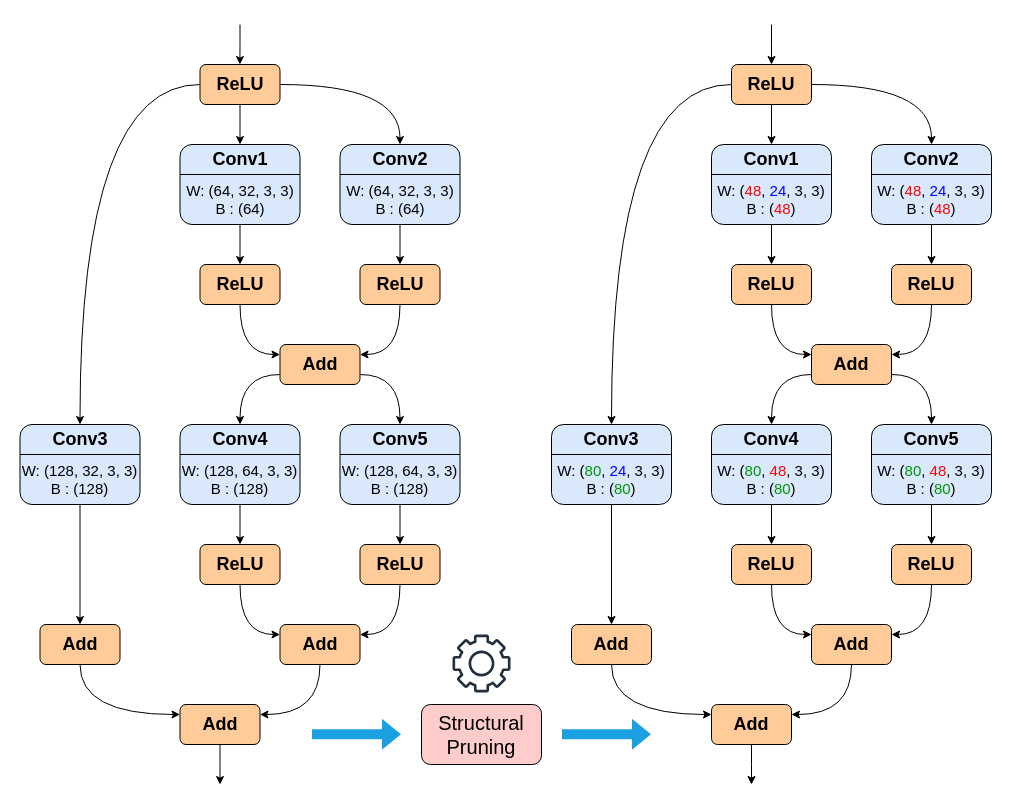
hoangtv2000/document-collection keeps this draw.io diagram as OTO.drawio. Above is the earlier version. Source tidied: cells renumbered, new cells numbered last; positions are measured from the earlier drawing's top-left corner, leaving out a move shared by most shapes. Both pictures are drawn from the tidied source at 100%, with x=0, y=0 at pixel (17, 24).
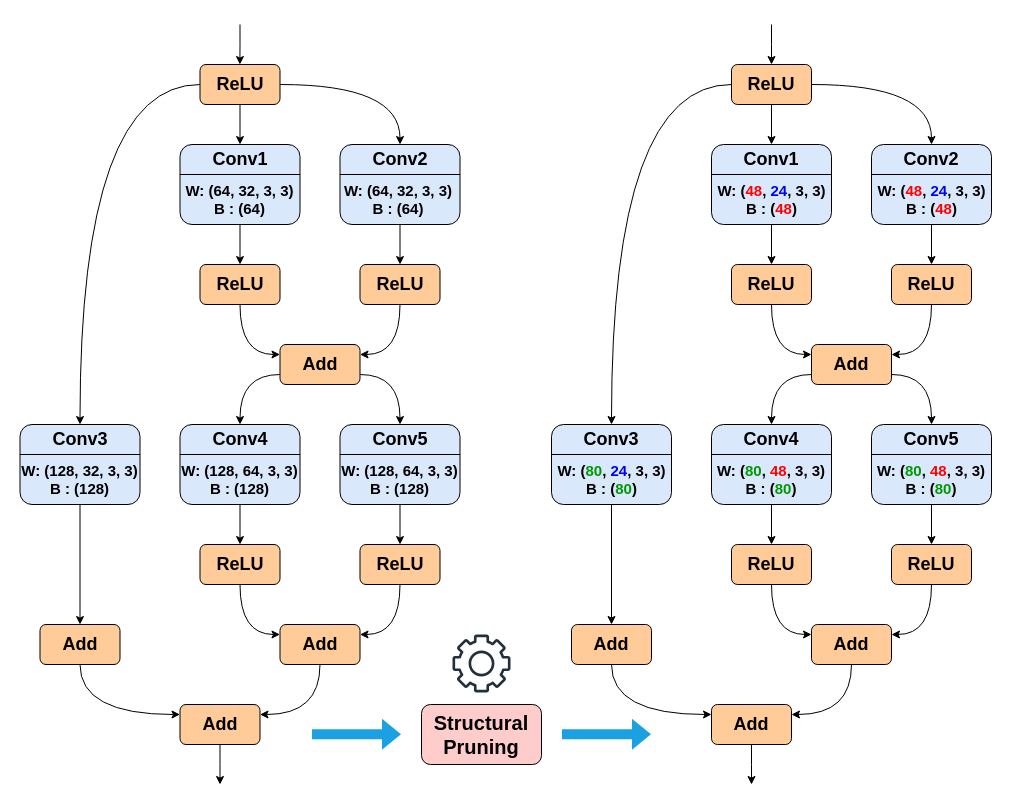
The same diagram, later.

Diff of the diagram source:
```diff
@@
-    <mxCell id="9" value="&lt;font&gt;W: (64, 32, 3, 3)&lt;/font&gt;&lt;div&gt;&lt;font&gt;B : (64)&lt;/font&gt;&lt;/div&gt;" style="text;html=1;align=center;verticalAlign=middle;whiteSpace=wrap;rounded=0;fontSize=15;" parent="1" vertex="1">
-      <mxGeometry x="167.5" y="160" width="110" height="30" as="geometry" />
+    <mxCell id="9" value="&lt;font&gt;W: (64, 32, 3, 3)&lt;/font&gt;&lt;div&gt;&lt;font&gt;B : (64)&lt;/font&gt;&lt;/div&gt;" style="text;html=1;align=center;verticalAlign=middle;whiteSpace=wrap;rounded=0;fontSize=15;fontStyle=1;" parent="1" vertex="1">
+      <mxGeometry x="164.2" y="160" width="116.5" height="30" as="geometry" />
     </mxCell>
@@
-    <mxCell id="13" value="&lt;font&gt;W: (64, 32, 3, 3)&lt;/font&gt;&lt;div&gt;&lt;font&gt;B : (64)&lt;/font&gt;&lt;/div&gt;" style="text;html=1;align=center;verticalAlign=middle;whiteSpace=wrap;rounded=0;fontSize=15;" parent="1" vertex="1">
-      <mxGeometry x="327.5" y="160" width="110" height="30" as="geometry" />
+    <mxCell id="13" value="&lt;font&gt;&lt;span&gt;W: (64, 32, 3, 3)&lt;/span&gt;&lt;/font&gt;&lt;div&gt;&lt;font&gt;&lt;span&gt;B : (64)&lt;/span&gt;&lt;/font&gt;&lt;/div&gt;" style="text;html=1;align=center;verticalAlign=middle;whiteSpace=wrap;rounded=0;fontSize=15;fontStyle=1;" parent="1" vertex="1">
+      <mxGeometry x="324" y="160" width="113.5" height="30" as="geometry" />
     </mxCell>
@@
-    <mxCell id="16" value="&lt;font&gt;W: (128, 64, 3, 3)&lt;/font&gt;&lt;div&gt;&lt;font&gt;B : (128)&lt;/font&gt;&lt;/div&gt;" style="text;html=1;align=center;verticalAlign=middle;whiteSpace=wrap;rounded=0;fontSize=15;" parent="1" vertex="1">
+    <mxCell id="16" value="&lt;font&gt;W: (128, 64, 3, 3)&lt;/font&gt;&lt;div&gt;&lt;font&gt;B : (128)&lt;/font&gt;&lt;/div&gt;" style="text;html=1;align=center;verticalAlign=middle;whiteSpace=wrap;rounded=0;fontSize=15;fontStyle=1;" parent="1" vertex="1">
       <mxGeometry x="160" y="440" width="125" height="30" as="geometry" />
     </mxCell>
@@
-    <mxCell id="19" value="&lt;font&gt;W: (128, 64, 3, 3)&lt;/font&gt;&lt;div&gt;&lt;font&gt;B : (128)&lt;/font&gt;&lt;/div&gt;" style="text;html=1;align=center;verticalAlign=middle;whiteSpace=wrap;rounded=0;fontSize=15;" parent="1" vertex="1">
+    <mxCell id="19" value="&lt;font&gt;W: (128, 64, 3, 3)&lt;/font&gt;&lt;div&gt;&lt;font&gt;B : (128)&lt;/font&gt;&lt;/div&gt;" style="text;html=1;align=center;verticalAlign=middle;whiteSpace=wrap;rounded=0;fontSize=15;fontStyle=1;" parent="1" vertex="1">
       <mxGeometry x="320" y="440" width="125" height="30" as="geometry" />
     </mxCell>
@@
-    <mxCell id="31" value="&lt;font&gt;W: (128, 32, 3, 3)&lt;/font&gt;&lt;div&gt;&lt;font&gt;B : (128)&lt;/font&gt;&lt;/div&gt;" style="text;html=1;align=center;verticalAlign=middle;whiteSpace=wrap;rounded=0;fontSize=15;" parent="1" vertex="1">
+    <mxCell id="31" value="&lt;font&gt;W: (128, 32, 3, 3)&lt;/font&gt;&lt;div&gt;&lt;font&gt;B : (128)&lt;/font&gt;&lt;/div&gt;" style="text;html=1;align=center;verticalAlign=middle;whiteSpace=wrap;rounded=0;fontSize=15;fontStyle=1;" parent="1" vertex="1">
       <mxGeometry y="440" width="125" height="30" as="geometry" />
     </mxCell>
@@
-    <mxCell id="43" value="&lt;font&gt;W: (&lt;font style=&quot;color: light-dark(rgb(255, 0, 0), rgb(237, 237, 237));&quot;&gt;48&lt;/font&gt;, &lt;font style=&quot;color: light-dark(rgb(0, 0, 255), rgb(237, 237, 237));&quot;&gt;24&lt;/font&gt;, 3, 3)&lt;/font&gt;&lt;div&gt;&lt;font&gt;B : (&lt;font style=&quot;color: rgb(255, 0, 0);&quot;&gt;48&lt;/font&gt;)&lt;/font&gt;&lt;/div&gt;" style="text;html=1;align=center;verticalAlign=middle;whiteSpace=wrap;rounded=0;fontSize=15;" parent="1" vertex="1">
-      <mxGeometry x="699" y="160" width="110" height="30" as="geometry" />
+    <mxCell id="43" value="&lt;font&gt;W: (&lt;font style=&quot;color: light-dark(rgb(255, 0, 0), rgb(237, 237, 237));&quot;&gt;48&lt;/font&gt;, &lt;font style=&quot;color: light-dark(rgb(0, 0, 255), rgb(237, 237, 237));&quot;&gt;24&lt;/font&gt;, 3, 3)&lt;/font&gt;&lt;div&gt;&lt;font&gt;B : (&lt;font style=&quot;color: rgb(255, 0, 0);&quot;&gt;48&lt;/font&gt;)&lt;/font&gt;&lt;/div&gt;" style="text;html=1;align=center;verticalAlign=middle;whiteSpace=wrap;rounded=0;fontSize=15;fontStyle=1;" parent="1" vertex="1">
+      <mxGeometry x="696.5" y="160" width="115" height="30" as="geometry" />
     </mxCell>
@@
-    <mxCell id="47" value="&lt;font&gt;W: (&lt;font style=&quot;color: light-dark(rgb(255, 0, 0), rgb(237, 237, 237));&quot;&gt;48&lt;/font&gt;, &lt;font style=&quot;color: light-dark(rgb(0, 0, 255), rgb(237, 237, 237));&quot;&gt;24&lt;/font&gt;, 3, 3)&lt;/font&gt;&lt;div&gt;&lt;font&gt;B : (&lt;font style=&quot;color: rgb(255, 0, 0);&quot;&gt;48&lt;/font&gt;)&lt;/font&gt;&lt;/div&gt;" style="text;html=1;align=center;verticalAlign=middle;whiteSpace=wrap;rounded=0;fontSize=15;" parent="1" vertex="1">
-      <mxGeometry x="859" y="160" width="110" height="30" as="geometry" />
+    <mxCell id="47" value="&lt;font&gt;W: (&lt;font style=&quot;color: light-dark(rgb(255, 0, 0), rgb(237, 237, 237));&quot;&gt;48&lt;/font&gt;, &lt;font style=&quot;color: light-dark(rgb(0, 0, 255), rgb(237, 237, 237));&quot;&gt;24&lt;/font&gt;, 3, 3)&lt;/font&gt;&lt;div&gt;&lt;font&gt;B : (&lt;font style=&quot;color: rgb(255, 0, 0);&quot;&gt;48&lt;/font&gt;)&lt;/font&gt;&lt;/div&gt;" style="text;html=1;align=center;verticalAlign=middle;whiteSpace=wrap;rounded=0;fontSize=15;fontStyle=1;" parent="1" vertex="1">
+      <mxGeometry x="856.5" y="160" width="115" height="30" as="geometry" />
     </mxCell>
@@
-    <mxCell id="50" value="&lt;font style=&quot;font-size: 15px;&quot;&gt;W: (&lt;font style=&quot;color: light-dark(rgb(0, 153, 0), rgb(237, 237, 237));&quot;&gt;80&lt;/font&gt;, &lt;font style=&quot;color: rgb(255, 0, 0);&quot;&gt;48&lt;/font&gt;, 3, 3)&lt;/font&gt;&lt;div&gt;&lt;font style=&quot;font-size: 15px;&quot;&gt;B : (&lt;font style=&quot;color: rgb(0, 153, 0);&quot;&gt;80&lt;/font&gt;)&lt;/font&gt;&lt;/div&gt;" style="text;html=1;align=center;verticalAlign=middle;whiteSpace=wrap;rounded=0;fontSize=14;" parent="1" vertex="1">
+    <mxCell id="50" value="&lt;font style=&quot;font-size: 15px;&quot;&gt;W: (&lt;font style=&quot;color: light-dark(rgb(0, 153, 0), rgb(237, 237, 237));&quot;&gt;80&lt;/font&gt;, &lt;font style=&quot;color: rgb(255, 0, 0);&quot;&gt;48&lt;/font&gt;, 3, 3)&lt;/font&gt;&lt;div&gt;&lt;font style=&quot;font-size: 15px;&quot;&gt;B : (&lt;font style=&quot;color: rgb(0, 153, 0);&quot;&gt;80&lt;/font&gt;)&lt;/font&gt;&lt;/div&gt;" style="text;html=1;align=center;verticalAlign=middle;whiteSpace=wrap;rounded=0;fontSize=14;fontStyle=1;" parent="1" vertex="1">
       <mxGeometry x="694" y="440" width="120" height="30" as="geometry" />
     </mxCell>
@@
-    <mxCell id="53" value="&lt;font style=&quot;font-size: 15px;&quot;&gt;W: (&lt;font style=&quot;color: rgb(0, 153, 0);&quot;&gt;80&lt;/font&gt;, &lt;font style=&quot;color: rgb(255, 0, 0);&quot;&gt;48&lt;/font&gt;, 3, 3)&lt;/font&gt;&lt;div&gt;&lt;font style=&quot;font-size: 15px;&quot;&gt;B : (&lt;font style=&quot;color: rgb(0, 153, 0);&quot;&gt;80&lt;/font&gt;)&lt;/font&gt;&lt;/div&gt;" style="text;html=1;align=center;verticalAlign=middle;whiteSpace=wrap;rounded=0;fontSize=14;" parent="1" vertex="1">
+    <mxCell id="53" value="&lt;font style=&quot;font-size: 15px;&quot;&gt;W: (&lt;font style=&quot;color: rgb(0, 153, 0);&quot;&gt;80&lt;/font&gt;, &lt;font style=&quot;color: rgb(255, 0, 0);&quot;&gt;48&lt;/font&gt;, 3, 3)&lt;/font&gt;&lt;div&gt;&lt;font style=&quot;font-size: 15px;&quot;&gt;B : (&lt;font style=&quot;color: rgb(0, 153, 0);&quot;&gt;80&lt;/font&gt;)&lt;/font&gt;&lt;/div&gt;" style="text;html=1;align=center;verticalAlign=middle;whiteSpace=wrap;rounded=0;fontSize=14;fontStyle=1;" parent="1" vertex="1">
       <mxGeometry x="854" y="440" width="120" height="30" as="geometry" />
     </mxCell>
@@
-    <mxCell id="65" value="&lt;font style=&quot;font-size: 15px;&quot;&gt;W: (&lt;font style=&quot;color: rgb(0, 153, 0);&quot;&gt;80&lt;/font&gt;, &lt;font style=&quot;color: rgb(0, 0, 255);&quot;&gt;24&lt;/font&gt;, 3, 3)&lt;/font&gt;&lt;div&gt;&lt;font style=&quot;font-size: 15px;&quot;&gt;B : (&lt;font style=&quot;color: rgb(0, 153, 0);&quot;&gt;80&lt;/font&gt;)&lt;/font&gt;&lt;/div&gt;" style="text;html=1;align=center;verticalAlign=middle;whiteSpace=wrap;rounded=0;fontSize=14;" parent="1" vertex="1">
-      <mxGeometry x="539" y="440" width="110" height="30" as="geometry" />
+    <mxCell id="65" value="&lt;font style=&quot;font-size: 15px;&quot;&gt;W: (&lt;font style=&quot;color: rgb(0, 153, 0);&quot;&gt;80&lt;/font&gt;, &lt;font style=&quot;color: rgb(0, 0, 255);&quot;&gt;24&lt;/font&gt;, 3, 3)&lt;/font&gt;&lt;div&gt;&lt;font style=&quot;font-size: 15px;&quot;&gt;B : (&lt;font style=&quot;color: rgb(0, 153, 0);&quot;&gt;80&lt;/font&gt;)&lt;/font&gt;&lt;/div&gt;" style="text;html=1;align=center;verticalAlign=middle;whiteSpace=wrap;rounded=0;fontSize=14;fontStyle=1;" parent="1" vertex="1">
+      <mxGeometry x="536.5" y="440" width="115" height="30" as="geometry" />
     </mxCell>
@@
-    <mxCell id="72" value="&lt;font style=&quot;font-size: 20px;&quot;&gt;Structural Pruning&lt;/font&gt;" style="rounded=1;whiteSpace=wrap;html=1;align=center;fillColor=#ffcccc;strokeColor=default;" parent="1" vertex="1">
+    <mxCell id="72" value="&lt;font style=&quot;font-size: 20px;&quot;&gt;&lt;b&gt;Structural Pruning&lt;/b&gt;&lt;/font&gt;" style="rounded=1;whiteSpace=wrap;html=1;align=center;fillColor=#ffcccc;strokeColor=default;" parent="1" vertex="1">
       <mxGeometry x="404" y="680" width="120" height="60" as="geometry" />
     </mxCell>
```
